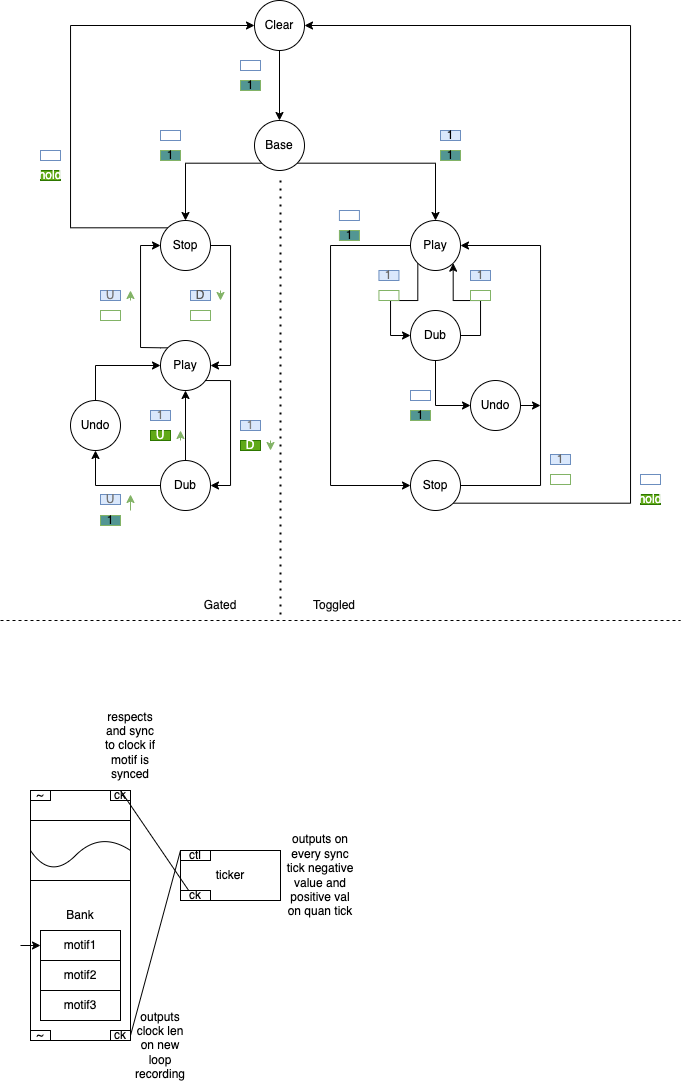
This is minim_states.drawio.png from purewack/minim-pd, a draw.io export, as it was before one commit. Source tidied: cells renumbered, new cells last; positions are measured from the earlier drawing's top-left corner, leaving out a move shared by most shapes.
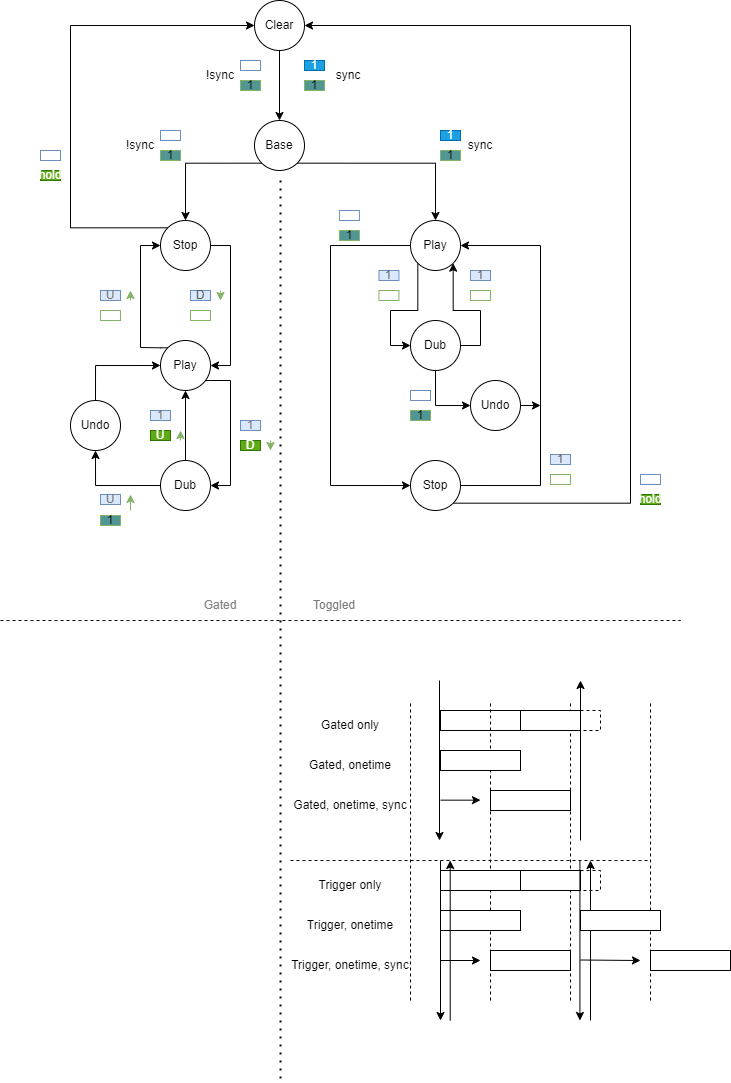
After the change.

Diff of the diagram source:
```diff
@@ -42,9 +42,9 @@
     <mxCell id="11" style="edgeStyle=orthogonalEdgeStyle;rounded=0;jettySize=auto;html=1;exitX=0;exitY=1;exitDx=0;exitDy=0;entryX=0;entryY=0.5;entryDx=0;entryDy=0;fontColor=#080808;" parent="1" edge="1" source="12" target="15">
       <mxGeometry relative="1" as="geometry">
         <Array as="points">
-          <mxPoint x="417" y="300" />
-          <mxPoint x="390" y="300" />
-          <mxPoint x="390" y="335" />
+          <mxPoint x="417" y="310" />
+          <mxPoint x="390" y="310" />
+          <mxPoint x="390" y="345" />
         </Array>
       </mxGeometry>
     </mxCell>
@@ -54,9 +54,9 @@
     <mxCell id="13" style="edgeStyle=orthogonalEdgeStyle;rounded=0;jettySize=auto;html=1;exitX=1;exitY=0.5;exitDx=0;exitDy=0;entryX=1;entryY=1;entryDx=0;entryDy=0;fontColor=#080808;" parent="1" edge="1" source="15" target="12">
       <mxGeometry relative="1" as="geometry">
         <Array as="points">
-          <mxPoint x="480" y="335" />
-          <mxPoint x="480" y="300" />
-          <mxPoint x="453" y="300" />
+          <mxPoint x="480" y="345" />
+          <mxPoint x="480" y="310" />
+          <mxPoint x="453" y="310" />
         </Array>
       </mxGeometry>
     </mxCell>
@@ -64,7 +64,7 @@
       <mxGeometry relative="1" as="geometry" />
     </mxCell>
     <mxCell id="15" value="Dub&lt;br&gt;" style="ellipse;whiteSpace=wrap;html=1;" parent="1" vertex="1">
-      <mxGeometry x="410" y="310" width="50" height="50" as="geometry" />
+      <mxGeometry x="410" y="320" width="50" height="50" as="geometry" />
     </mxCell>
     <mxCell id="16" style="edgeStyle=orthogonalEdgeStyle;rounded=0;jettySize=auto;html=1;exitX=1;exitY=0.5;exitDx=0;exitDy=0;entryX=1;entryY=0.5;entryDx=0;entryDy=0;fontColor=#080808;" parent="1" edge="1" source="18" target="12">
       <mxGeometry relative="1" as="geometry">
@@ -188,7 +188,7 @@
         <mxPoint x="130" y="494" as="targetPoint" />
       </mxGeometry>
     </mxCell>
-    <mxCell id="43" value="1" style="rounded=0;whiteSpace=wrap;html=1;fillColor=#dae8fc;strokeColor=#6c8ebf;" parent="1" vertex="1">
+    <mxCell id="43" value="1" style="rounded=0;whiteSpace=wrap;html=1;fillColor=#1ba1e2;strokeColor=#006EAF;fontColor=#ffffff;" parent="1" vertex="1">
       <mxGeometry x="440" y="130" width="20" height="10" as="geometry" />
     </mxCell>
     <mxCell id="44" style="rounded=0;whiteSpace=wrap;html=1;fillColor=none;strokeColor=#82b366;" parent="1" vertex="1">
@@ -241,13 +241,13 @@
     <mxCell id="59" style="endArrow=none;dashed=1;html=1;dashPattern=1 3;strokeWidth=2;rounded=0;fontColor=#080808;" parent="1" edge="1">
       <mxGeometry relative="1" as="geometry">
         <mxPoint x="280" y="180" as="sourcePoint" />
-        <mxPoint x="280" y="620" as="targetPoint" />
+        <mxPoint x="280" y="1080" as="targetPoint" />
       </mxGeometry>
     </mxCell>
-    <mxCell id="60" value="Gated" style="text;html=1;strokeColor=none;fillColor=none;align=center;verticalAlign=middle;whiteSpace=wrap;rounded=0;fontColor=#080808;" parent="1" vertex="1">
+    <mxCell id="60" value="Gated" style="text;html=1;strokeColor=none;fillColor=none;align=center;verticalAlign=middle;whiteSpace=wrap;rounded=0;fontColor=#828282;" parent="1" vertex="1">
       <mxGeometry x="190" y="590" width="60" height="30" as="geometry" />
     </mxCell>
-    <mxCell id="61" value="Toggled" style="text;html=1;strokeColor=none;fillColor=none;align=center;verticalAlign=middle;whiteSpace=wrap;rounded=0;fontColor=#080808;" parent="1" vertex="1">
+    <mxCell id="61" value="Toggled" style="text;html=1;strokeColor=none;fillColor=none;align=center;verticalAlign=middle;whiteSpace=wrap;rounded=0;fontColor=#787878;" parent="1" vertex="1">
       <mxGeometry x="304" y="590" width="60" height="30" as="geometry" />
     </mxCell>
     <mxCell id="62" value="1" style="rounded=0;whiteSpace=wrap;html=1;fillColor=#529693;strokeColor=#82b366;" parent="1" vertex="1">
@@ -271,69 +271,161 @@
         <mxPoint x="680" y="620" as="targetPoint" />
       </mxGeometry>
     </mxCell>
-    <mxCell id="68" value="Bank" style="rounded=0;whiteSpace=wrap;html=1;" parent="1" vertex="1">
-      <mxGeometry x="30" y="790" width="100" height="250" as="geometry" />
-    </mxCell>
-    <mxCell id="69" value="motif1" style="rounded=0;whiteSpace=wrap;html=1;" parent="1" vertex="1">
-      <mxGeometry x="40" y="930" width="80" height="30" as="geometry" />
-    </mxCell>
-    <mxCell id="70" value="motif2" style="rounded=0;whiteSpace=wrap;html=1;" parent="1" vertex="1">
-      <mxGeometry x="40" y="960" width="80" height="30" as="geometry" />
-    </mxCell>
-    <mxCell id="71" value="motif3" style="rounded=0;whiteSpace=wrap;html=1;" parent="1" vertex="1">
-      <mxGeometry x="40" y="990" width="80" height="30" as="geometry" />
-    </mxCell>
-    <mxCell id="72" style="endArrow=classic;html=1;entryX=0;entryY=0.5;entryDx=0;entryDy=0;" parent="1" edge="1" target="69">
-      <mxGeometry relative="1" as="geometry">
-        <mxPoint x="20" y="945" as="sourcePoint" />
-      </mxGeometry>
-    </mxCell>
-    <mxCell id="73" style="rounded=0;whiteSpace=wrap;html=1;" parent="1" vertex="1">
-      <mxGeometry x="30" y="820" width="100" height="60" as="geometry" />
-    </mxCell>
-    <mxCell id="74" style="curved=1;endArrow=none;html=1;exitX=0;exitY=0.5;exitDx=0;exitDy=0;entryX=1;entryY=0.5;entryDx=0;entryDy=0;endFill=0;" parent="1" edge="1" source="73" target="73">
-      <mxGeometry relative="1" as="geometry">
-        <Array as="points">
-          <mxPoint x="50" y="880" />
-          <mxPoint x="100" y="830" />
-        </Array>
-      </mxGeometry>
-    </mxCell>
-    <mxCell id="75" value="~" style="rounded=0;whiteSpace=wrap;html=1;" parent="1" vertex="1">
-      <mxGeometry x="30" y="790" width="20" height="10" as="geometry" />
-    </mxCell>
-    <mxCell id="76" value="~" style="rounded=0;whiteSpace=wrap;html=1;" parent="1" vertex="1">
-      <mxGeometry x="30" y="1030" width="20" height="10" as="geometry" />
-    </mxCell>
-    <mxCell id="77" value="ck" style="rounded=0;whiteSpace=wrap;html=1;" parent="1" vertex="1">
-      <mxGeometry x="110" y="790" width="20" height="10" as="geometry" />
-    </mxCell>
-    <mxCell id="78" style="edgeStyle=none;html=1;exitX=1;exitY=0.5;exitDx=0;exitDy=0;entryX=0;entryY=0;entryDx=0;entryDy=0;endArrow=none;endFill=0;" parent="1" edge="1" source="79" target="82">
-      <mxGeometry relative="1" as="geometry" />
-    </mxCell>
-    <mxCell id="79" value="ck" style="rounded=0;whiteSpace=wrap;html=1;" parent="1" vertex="1">
-      <mxGeometry x="110" y="1030" width="20" height="10" as="geometry" />
-    </mxCell>
-    <mxCell id="80" value="ticker" style="rounded=0;whiteSpace=wrap;html=1;" parent="1" vertex="1">
-      <mxGeometry x="180" y="850" width="100" height="50" as="geometry" />
-    </mxCell>
-    <mxCell id="81" value="outputs on every sync tick&amp;nbsp;negative value and positive val on quan tick" style="text;html=1;strokeColor=none;fillColor=none;align=center;verticalAlign=middle;whiteSpace=wrap;rounded=0;" parent="1" vertex="1">
-      <mxGeometry x="290" y="860" width="60" height="30" as="geometry" />
-    </mxCell>
-    <mxCell id="82" value="ctl" style="rounded=0;whiteSpace=wrap;html=1;" parent="1" vertex="1">
-      <mxGeometry x="180" y="850" width="30" height="10" as="geometry" />
-    </mxCell>
-    <mxCell id="83" style="edgeStyle=none;html=1;exitX=0.5;exitY=1;exitDx=0;exitDy=0;entryX=0.5;entryY=0;entryDx=0;entryDy=0;endArrow=none;endFill=0;" parent="1" edge="1" source="84" target="77">
-      <mxGeometry relative="1" as="geometry" />
-    </mxCell>
-    <mxCell id="84" value="ck" style="rounded=0;whiteSpace=wrap;html=1;" parent="1" vertex="1">
-      <mxGeometry x="180" y="890" width="30" height="10" as="geometry" />
-    </mxCell>
-    <mxCell id="85" value="respects and sync to clock if motif is synced" style="text;html=1;strokeColor=none;fillColor=none;align=center;verticalAlign=middle;whiteSpace=wrap;rounded=0;" parent="1" vertex="1">
-      <mxGeometry x="100" y="730" width="60" height="30" as="geometry" />
-    </mxCell>
-    <mxCell id="86" value="outputs clock len on new loop recording" style="text;html=1;strokeColor=none;fillColor=none;align=center;verticalAlign=middle;whiteSpace=wrap;rounded=0;" parent="1" vertex="1">
-      <mxGeometry x="130" y="1030" width="60" height="30" as="geometry" />
-    </mxCell>
+    <mxCell id="87" style="rounded=0;whiteSpace=wrap;html=1;" parent="1" vertex="1">
+      <mxGeometry x="440" y="710" width="80" height="20" as="geometry" />
+    </mxCell>
+    <mxCell id="88" style="endArrow=none;dashed=1;html=1;" parent="1" edge="1">
+      <mxGeometry relative="1" as="geometry">
+        <mxPoint x="650" y="1000" as="sourcePoint" />
+        <mxPoint x="650" y="700" as="targetPoint" />
+      </mxGeometry>
+    </mxCell>
+    <mxCell id="89" style="endArrow=none;dashed=1;html=1;" parent="1" edge="1">
+      <mxGeometry relative="1" as="geometry">
+        <mxPoint x="570" y="1000" as="sourcePoint" />
+        <mxPoint x="570" y="700" as="targetPoint" />
+      </mxGeometry>
+    </mxCell>
+    <mxCell id="90" style="endArrow=none;dashed=1;html=1;" parent="1" edge="1">
+      <mxGeometry relative="1" as="geometry">
+        <mxPoint x="490" y="1000" as="sourcePoint" />
+        <mxPoint x="490" y="700" as="targetPoint" />
+      </mxGeometry>
+    </mxCell>
+    <mxCell id="91" style="endArrow=none;dashed=1;html=1;" parent="1" edge="1">
+      <mxGeometry relative="1" as="geometry">
+        <mxPoint x="410" y="1000" as="sourcePoint" />
+        <mxPoint x="410" y="700" as="targetPoint" />
+      </mxGeometry>
+    </mxCell>
+    <mxCell id="92" style="rounded=0;whiteSpace=wrap;html=1;dashed=1;fillColor=none;" parent="1" vertex="1">
+      <mxGeometry x="520" y="710" width="80" height="20" as="geometry" />
+    </mxCell>
+    <mxCell id="93" style="rounded=0;whiteSpace=wrap;html=1;" parent="1" vertex="1">
+      <mxGeometry x="520" y="710" width="60" height="20" as="geometry" />
+    </mxCell>
+    <mxCell id="94" style="endArrow=classic;html=1;" parent="1" edge="1">
+      <mxGeometry relative="1" as="geometry">
+        <mxPoint x="439" y="680" as="sourcePoint" />
+        <mxPoint x="439" y="840" as="targetPoint" />
+      </mxGeometry>
+    </mxCell>
+    <mxCell id="95" style="endArrow=classic;html=1;" parent="1" edge="1">
+      <mxGeometry relative="1" as="geometry">
+        <mxPoint x="580" y="840" as="sourcePoint" />
+        <mxPoint x="580" y="680" as="targetPoint" />
+      </mxGeometry>
+    </mxCell>
+    <mxCell id="96" style="rounded=0;whiteSpace=wrap;html=1;" parent="1" vertex="1">
+      <mxGeometry x="440" y="750" width="80" height="20" as="geometry" />
+    </mxCell>
+    <mxCell id="97" style="rounded=0;whiteSpace=wrap;html=1;" parent="1" vertex="1">
+      <mxGeometry x="490" y="790" width="80" height="20" as="geometry" />
+    </mxCell>
+    <mxCell id="98" value="Gated only" style="text;html=1;strokeColor=none;fillColor=none;align=center;verticalAlign=middle;whiteSpace=wrap;rounded=0;dashed=1;" parent="1" vertex="1">
+      <mxGeometry x="290" y="710" width="120" height="30" as="geometry" />
+    </mxCell>
+    <mxCell id="99" value="Gated, onetime" style="text;html=1;strokeColor=none;fillColor=none;align=center;verticalAlign=middle;whiteSpace=wrap;rounded=0;dashed=1;" parent="1" vertex="1">
+      <mxGeometry x="290" y="750" width="120" height="30" as="geometry" />
+    </mxCell>
+    <mxCell id="100" value="Gated, onetime, sync" style="text;html=1;strokeColor=none;fillColor=none;align=center;verticalAlign=middle;whiteSpace=wrap;rounded=0;dashed=1;" parent="1" vertex="1">
+      <mxGeometry x="290" y="790" width="120" height="30" as="geometry" />
+    </mxCell>
+    <mxCell id="101" value="Trigger only" style="text;html=1;strokeColor=none;fillColor=none;align=center;verticalAlign=middle;whiteSpace=wrap;rounded=0;dashed=1;" parent="1" vertex="1">
+      <mxGeometry x="290" y="870" width="120" height="30" as="geometry" />
+    </mxCell>
+    <mxCell id="102" value="Trigger, onetime" style="text;html=1;strokeColor=none;fillColor=none;align=center;verticalAlign=middle;whiteSpace=wrap;rounded=0;dashed=1;" parent="1" vertex="1">
+      <mxGeometry x="290" y="910" width="120" height="30" as="geometry" />
+    </mxCell>
+    <mxCell id="103" value="Trigger, onetime, sync" style="text;html=1;strokeColor=none;fillColor=none;align=center;verticalAlign=middle;whiteSpace=wrap;rounded=0;dashed=1;" parent="1" vertex="1">
+      <mxGeometry x="290" y="950" width="120" height="30" as="geometry" />
+    </mxCell>
+    <mxCell id="104" style="endArrow=none;dashed=1;html=1;" parent="1" edge="1">
+      <mxGeometry relative="1" as="geometry">
+        <mxPoint x="290" y="860" as="sourcePoint" />
+        <mxPoint x="650" y="860" as="targetPoint" />
+      </mxGeometry>
+    </mxCell>
+    <mxCell id="105" style="rounded=0;whiteSpace=wrap;html=1;" parent="1" vertex="1">
+      <mxGeometry x="440" y="870" width="80" height="20" as="geometry" />
+    </mxCell>
+    <mxCell id="106" style="rounded=0;whiteSpace=wrap;html=1;" parent="1" vertex="1">
+      <mxGeometry x="440" y="910" width="80" height="20" as="geometry" />
+    </mxCell>
+    <mxCell id="107" style="rounded=0;whiteSpace=wrap;html=1;" parent="1" vertex="1">
+      <mxGeometry x="520" y="870" width="60" height="20" as="geometry" />
+    </mxCell>
+    <mxCell id="108" style="endArrow=classic;html=1;" parent="1" edge="1">
+      <mxGeometry relative="1" as="geometry">
+        <mxPoint x="440" y="860" as="sourcePoint" />
+        <mxPoint x="440" y="1020" as="targetPoint" />
+      </mxGeometry>
+    </mxCell>
+    <mxCell id="109" style="endArrow=classic;html=1;" parent="1" edge="1">
+      <mxGeometry relative="1" as="geometry">
+        <mxPoint x="449.7" y="1020" as="sourcePoint" />
+        <mxPoint x="449.7" y="860" as="targetPoint" />
+      </mxGeometry>
+    </mxCell>
+    <mxCell id="110" style="endArrow=classic;html=1;" parent="1" edge="1">
+      <mxGeometry relative="1" as="geometry">
+        <mxPoint x="579.4" y="860" as="sourcePoint" />
+        <mxPoint x="579.4" y="1020" as="targetPoint" />
+      </mxGeometry>
+    </mxCell>
+    <mxCell id="111" style="endArrow=classic;html=1;" parent="1" edge="1">
+      <mxGeometry relative="1" as="geometry">
+        <mxPoint x="590" y="1020" as="sourcePoint" />
+        <mxPoint x="590" y="860" as="targetPoint" />
+      </mxGeometry>
+    </mxCell>
+    <mxCell id="112" style="rounded=0;whiteSpace=wrap;html=1;dashed=1;fillColor=none;" parent="1" vertex="1">
+      <mxGeometry x="520" y="870" width="80" height="20" as="geometry" />
+    </mxCell>
+    <mxCell id="113" style="rounded=0;whiteSpace=wrap;html=1;" parent="1" vertex="1">
+      <mxGeometry x="490" y="950" width="80" height="20" as="geometry" />
+    </mxCell>
+    <mxCell id="114" style="rounded=0;whiteSpace=wrap;html=1;" parent="1" vertex="1">
+      <mxGeometry x="580" y="910" width="80" height="20" as="geometry" />
+    </mxCell>
+    <mxCell id="115" style="rounded=0;whiteSpace=wrap;html=1;" parent="1" vertex="1">
+      <mxGeometry x="650" y="950" width="80" height="20" as="geometry" />
+    </mxCell>
+    <mxCell id="116" style="endArrow=classic;html=1;" parent="1" edge="1">
+      <mxGeometry relative="1" as="geometry">
+        <mxPoint x="440" y="960" as="sourcePoint" />
+        <mxPoint x="480" y="960" as="targetPoint" />
+      </mxGeometry>
+    </mxCell>
+    <mxCell id="117" style="endArrow=classic;html=1;" parent="1" edge="1">
+      <mxGeometry relative="1" as="geometry">
+        <mxPoint x="580" y="959.5" as="sourcePoint" />
+        <mxPoint x="640" y="960" as="targetPoint" />
+      </mxGeometry>
+    </mxCell>
+    <mxCell id="118" style="endArrow=classic;html=1;" parent="1" edge="1">
+      <mxGeometry relative="1" as="geometry">
+        <mxPoint x="440" y="799.7" as="sourcePoint" />
+        <mxPoint x="480" y="799.7" as="targetPoint" />
+      </mxGeometry>
+    </mxCell>
+    <mxCell id="119" value="1" style="rounded=0;whiteSpace=wrap;html=1;fillColor=#1ba1e2;strokeColor=#006EAF;fontColor=#ffffff;" parent="1" vertex="1">
+      <mxGeometry x="304" y="60" width="20" height="10" as="geometry" />
+    </mxCell>
+    <mxCell id="120" value="1" style="rounded=0;whiteSpace=wrap;html=1;fillColor=#529693;strokeColor=#82b366;" parent="1" vertex="1">
+      <mxGeometry x="304" y="80" width="20" height="10" as="geometry" />
+    </mxCell>
+    <mxCell id="121" value="!sync" style="text;html=1;strokeColor=none;fillColor=none;align=center;verticalAlign=middle;whiteSpace=wrap;rounded=0;" parent="1" vertex="1">
+      <mxGeometry x="190" y="60" width="60" height="30" as="geometry" />
+    </mxCell>
+    <mxCell id="122" value="sync" style="text;html=1;strokeColor=none;fillColor=none;align=center;verticalAlign=middle;whiteSpace=wrap;rounded=0;" parent="1" vertex="1">
+      <mxGeometry x="318.4" y="60" width="60" height="30" as="geometry" />
+    </mxCell>
+    <mxCell id="123" value="sync" style="text;html=1;strokeColor=none;fillColor=none;align=center;verticalAlign=middle;whiteSpace=wrap;rounded=0;" parent="1" vertex="1">
+      <mxGeometry x="450" y="130" width="60" height="30" as="geometry" />
+    </mxCell>
+    <mxCell id="124" value="!sync" style="text;html=1;strokeColor=none;fillColor=none;align=center;verticalAlign=middle;whiteSpace=wrap;rounded=0;" parent="1" vertex="1">
+      <mxGeometry x="110" y="130" width="60" height="30" as="geometry" />
+    </mxCell>
   </root>
 </mxGraphModel>
```
